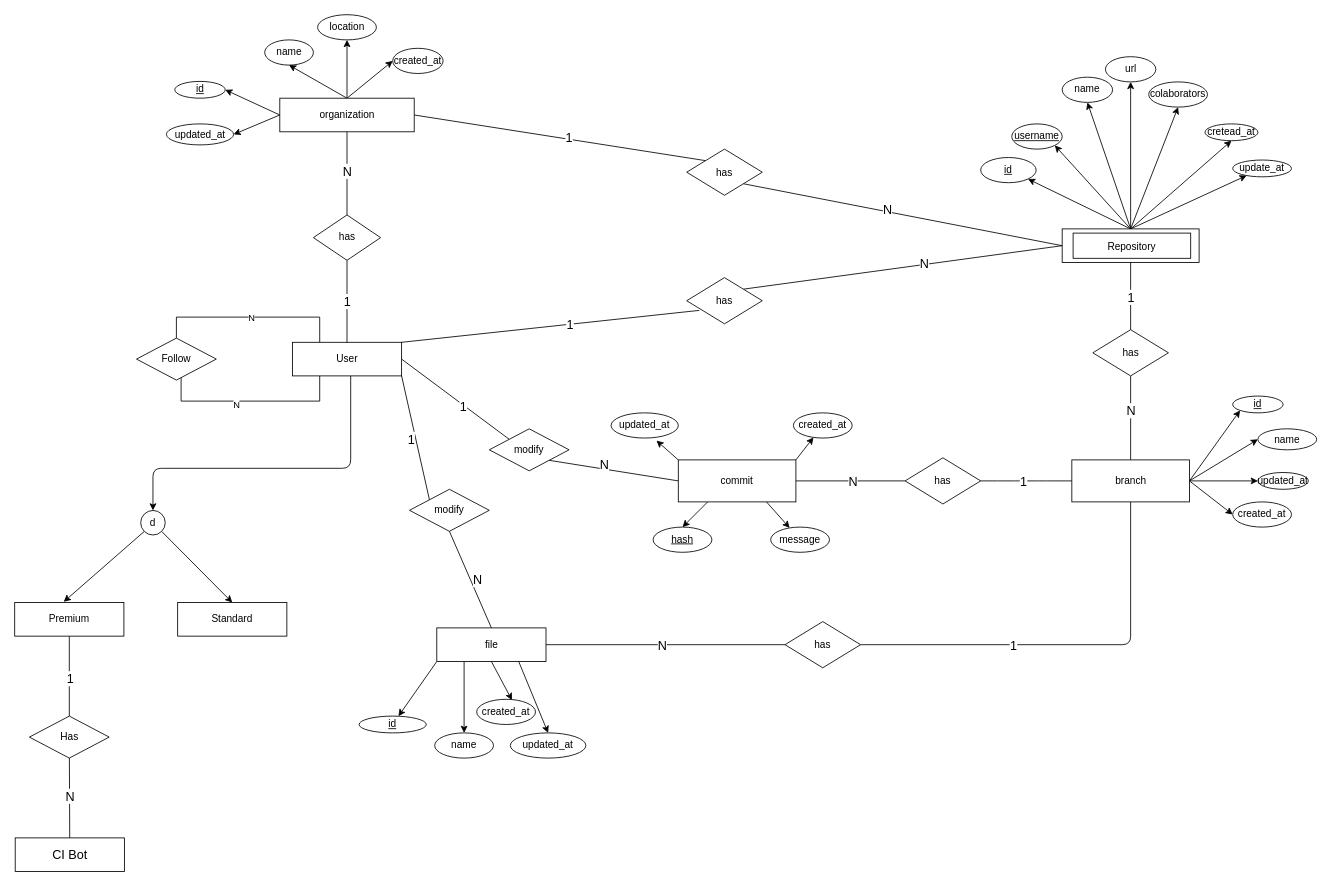
The draw.io diagram ER/GitBoomer Entity-Relationship diagram1.drawio in mateusgomes01/gdi-project-2020-1, before the edit. Source tidied: cells renumbered, new cells numbered last; positions are measured from the earlier drawing's top-left corner, leaving out a move shared by most shapes. Both pictures are drawn from the tidied source at 84%, with x=0, y=0 at pixel (14, 14).
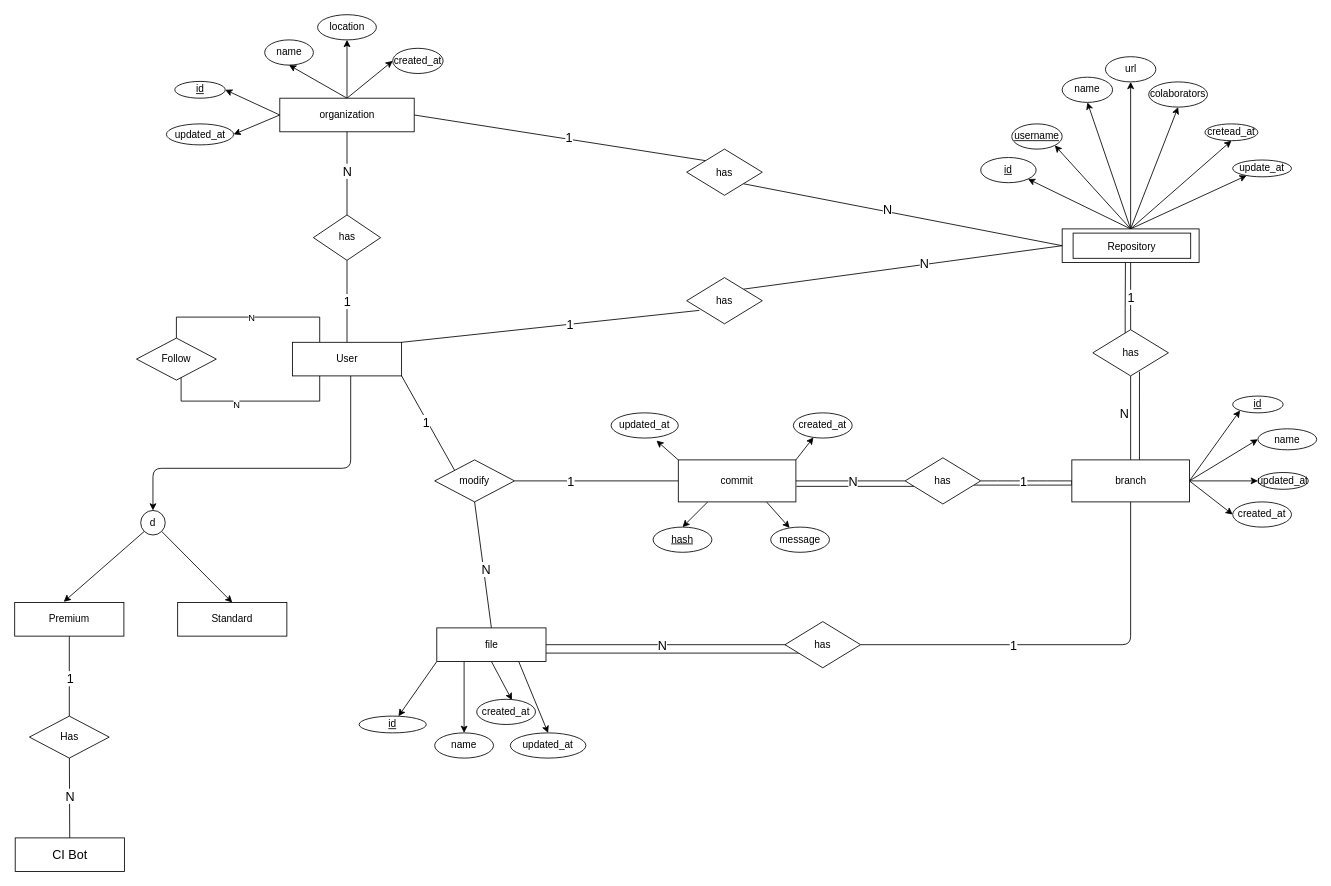
After the change.

Commit message:
Ternary relationship

Unchanged cells that the change refers to:
```xml
<mxCell id="5" value="User" style="whiteSpace=wrap;html=1;align=center;" parent="1" vertex="1">
  <mxGeometry x="330.6" y="390" width="130" height="40" as="geometry" />
</mxCell>
<mxCell id="34" value="file " style="whiteSpace=wrap;html=1;align=center;" parent="1" vertex="1">
  <mxGeometry x="502.5" y="730" width="130" height="40" as="geometry" />
</mxCell>
<mxCell id="45" value="commit" style="whiteSpace=wrap;html=1;align=center;" parent="1" vertex="1">
  <mxGeometry x="790" y="530" width="140" height="50" as="geometry" />
</mxCell>
<mxCell id="51" value="has" style="shape=rhombus;perimeter=rhombusPerimeter;whiteSpace=wrap;html=1;align=center;" parent="1" vertex="1">
  <mxGeometry x="1060" y="527.5" width="90" height="55" as="geometry" />
</mxCell>
<mxCell id="69" style="edgeStyle=none;rounded=1;jettySize=auto;html=1;endArrow=none;endFill=0;startArrow=none;startFill=0;" parent="1" edge="1" source="71" target="87">
  <mxGeometry relative="1" as="geometry" />
</mxCell>
<mxCell id="71" value="branch" style="whiteSpace=wrap;html=1;align=center;" parent="1" vertex="1">
  <mxGeometry x="1258.5" y="530" width="140" height="50" as="geometry" />
</mxCell>
<mxCell id="87" value="has" style="shape=rhombus;perimeter=rhombusPerimeter;whiteSpace=wrap;html=1;align=center;" parent="1" vertex="1">
  <mxGeometry x="1283.5" y="375" width="90" height="55" as="geometry" />
</mxCell>
<mxCell id="88" value="has" style="shape=rhombus;perimeter=rhombusPerimeter;whiteSpace=wrap;html=1;align=center;" parent="1" vertex="1">
  <mxGeometry x="917" y="722.5" width="90" height="55" as="geometry" />
</mxCell>
<mxCell id="97" value="repository" style="whiteSpace=wrap;html=1;align=center;" parent="96" vertex="1">
  <mxGeometry width="163" height="40" as="geometry" />
</mxCell>
```

Change to the diagram source:
```diff
@@
-    <mxCell id="13" style="edgeStyle=none;rounded=1;jettySize=auto;html=1;exitX=1;exitY=1;exitDx=0;exitDy=0;entryX=0;entryY=0.5;entryDx=0;entryDy=0;fontSize=15;startArrow=none;startFill=0;endArrow=none;endFill=0;" parent="1" edge="1" source="112" target="45">
-      <mxGeometry relative="1" as="geometry" />
-    </mxCell>
-    <mxCell id="14" value="N" style="edgeLabel;html=1;align=center;verticalAlign=middle;fontSize=15;" parent="13" vertex="1">
-      <mxGeometry x="0.26" y="-1" relative="1" as="geometry">
-        <mxPoint x="-31" y="-12" as="offset" />
-      </mxGeometry>
-    </mxCell>
+    <mxCell id="116" style="edgeStyle=orthogonalEdgeStyle;rounded=0;jettySize=auto;html=1;entryX=0;entryY=0.5;entryDx=0;entryDy=0;endArrow=none;endFill=0;" parent="1" edge="1" source="15" target="45">
+      <mxGeometry relative="1" as="geometry" />
+    </mxCell>
+    <mxCell id="111" value="1" style="edgeLabel;html=1;align=center;verticalAlign=middle;fontSize=15;" parent="116" vertex="1">
+      <mxGeometry x="-0.42" y="-3" relative="1" as="geometry">
+        <mxPoint x="9" y="-3" as="offset" />
+      </mxGeometry>
+    </mxCell>
     <mxCell id="15" value="modify" style="shape=rhombus;perimeter=rhombusPerimeter;whiteSpace=wrap;html=1;align=center;" parent="1" vertex="1">
-      <mxGeometry x="470" y="565" width="95" height="50" as="geometry" />
+      <mxGeometry x="500" y="530" width="95" height="50" as="geometry" />
     </mxCell>
@@
+    <mxCell id="117" style="edgeStyle=orthogonalEdgeStyle;rounded=0;jettySize=auto;html=1;entryX=0;entryY=0.5;entryDx=0;entryDy=0;fontSize=15;endArrow=none;endFill=0;" parent="1" edge="1" source="34" target="88">
+      <mxGeometry relative="1" as="geometry">
+        <Array as="points">
+          <mxPoint x="940" y="760" />
+          <mxPoint x="940" y="750" />
+        </Array>
+      </mxGeometry>
+    </mxCell>
@@
+    <mxCell id="118" style="edgeStyle=orthogonalEdgeStyle;rounded=0;jettySize=auto;html=1;entryX=1.004;entryY=0.63;entryDx=0;entryDy=0;entryPerimeter=0;fontSize=15;endArrow=none;endFill=0;" parent="1" edge="1" source="51" target="45">
+      <mxGeometry relative="1" as="geometry">
+        <Array as="points">
+          <mxPoint x="995" y="562" />
+        </Array>
+      </mxGeometry>
+    </mxCell>
+    <mxCell id="119" style="edgeStyle=orthogonalEdgeStyle;rounded=0;jettySize=auto;html=1;entryX=0;entryY=0.5;entryDx=0;entryDy=0;fontSize=15;endArrow=none;endFill=0;" parent="1" edge="1" source="51" target="71">
+      <mxGeometry relative="1" as="geometry">
+        <Array as="points">
+          <mxPoint x="1259" y="560" />
+        </Array>
+      </mxGeometry>
+    </mxCell>
@@
     <mxCell id="70" value="N" style="edgeLabel;html=1;align=center;verticalAlign=middle;fontSize=15;" parent="69" vertex="1">
       <mxGeometry x="0.44" y="-1" relative="1" as="geometry">
-        <mxPoint x="-1" y="12" as="offset" />
+        <mxPoint x="-9" y="16" as="offset" />
       </mxGeometry>
     </mxCell>
+    <mxCell id="120" style="edgeStyle=orthogonalEdgeStyle;rounded=0;jettySize=auto;html=1;entryX=0.617;entryY=0.909;entryDx=0;entryDy=0;entryPerimeter=0;fontSize=15;endArrow=none;endFill=0;" parent="1" edge="1" source="71" target="87">
+      <mxGeometry relative="1" as="geometry">
+        <Array as="points">
+          <mxPoint x="1339" y="460" />
+          <mxPoint x="1339" y="460" />
+        </Array>
+      </mxGeometry>
+    </mxCell>
@@
+    <mxCell id="121" style="edgeStyle=orthogonalEdgeStyle;rounded=0;jettySize=auto;html=1;entryX=0.462;entryY=1.003;entryDx=0;entryDy=0;entryPerimeter=0;fontSize=15;endArrow=none;endFill=0;" parent="1" edge="1" source="87" target="97">
+      <mxGeometry relative="1" as="geometry">
+        <Array as="points">
+          <mxPoint x="1322" y="350" />
+          <mxPoint x="1322" y="350" />
+        </Array>
+      </mxGeometry>
+    </mxCell>
@@
-    <mxCell id="110" style="edgeStyle=none;rounded=1;jettySize=auto;html=1;exitX=0;exitY=0;exitDx=0;exitDy=0;entryX=1;entryY=0.5;entryDx=0;entryDy=0;fontSize=15;startArrow=none;startFill=0;endArrow=none;endFill=0;" parent="1" edge="1" source="112" target="5">
-      <mxGeometry relative="1" as="geometry" />
-    </mxCell>
-    <mxCell id="111" value="1" style="edgeLabel;html=1;align=center;verticalAlign=middle;fontSize=15;" parent="110" vertex="1">
-      <mxGeometry x="-0.19" y="1" relative="1" as="geometry">
-        <mxPoint x="-3" y="-2" as="offset" />
-      </mxGeometry>
-    </mxCell>
-    <mxCell id="112" value="modify" style="shape=rhombus;perimeter=rhombusPerimeter;whiteSpace=wrap;html=1;align=center;" parent="1" vertex="1">
-      <mxGeometry x="565" y="493" width="95" height="50" as="geometry" />
-    </mxCell>
```
